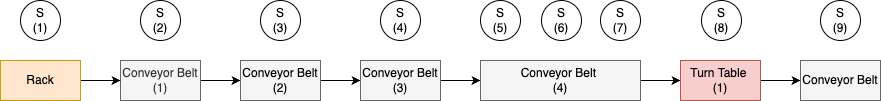
Above: jacob&loic/assets/plan.png in loiicd/interims-iot-dhbw (draw.io), before the change. Source tidied: cells renumbered, new cells last; positions are measured from the earlier drawing's top-left corner, leaving out a move shared by most shapes.
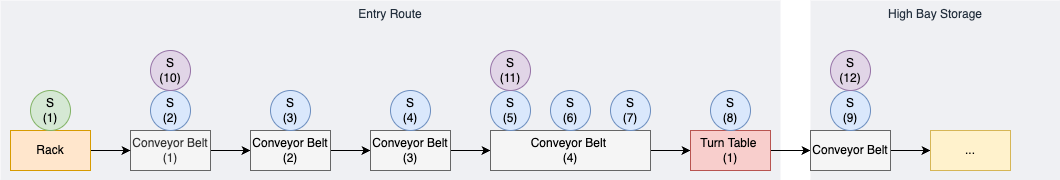
Above is the later version.

Diff of the diagram source:
```diff
@@ -1,7 +1,13 @@
-<mxGraphModel>
+<mxGraphModel background="#ffffff">
   <root>
     <mxCell id="0" />
     <mxCell id="1" parent="0" />
+    <mxCell id="24" value="High Bay Storage" style="fillColor=#EFF0F3;strokeColor=none;dashed=0;verticalAlign=top;fontStyle=0;fontColor=#232F3D;whiteSpace=wrap;html=1;" parent="1" vertex="1">
+      <mxGeometry x="800" y="-70" width="250" height="180" as="geometry" />
+    </mxCell>
+    <mxCell id="25" value="Entry Route" style="fillColor=#EFF0F3;strokeColor=none;dashed=0;verticalAlign=top;fontStyle=0;fontColor=#232F3D;whiteSpace=wrap;html=1;" parent="1" vertex="1">
+      <mxGeometry x="-10" y="-70" width="780" height="180" as="geometry" />
+    </mxCell>
     <mxCell id="2" style="edgeStyle=none;html=1;entryX=0;entryY=0.5;entryDx=0;entryDy=0;" parent="1" edge="1" source="3" target="5">
       <mxGeometry relative="1" as="geometry" />
     </mxCell>
@@ -38,35 +44,50 @@
     <mxCell id="13" value="&lt;span style=&quot;color: rgb(0, 0, 0);&quot;&gt;Turn Table&amp;nbsp;&lt;/span&gt;&lt;div&gt;&lt;span style=&quot;color: rgb(0, 0, 0);&quot;&gt;(1)&lt;/span&gt;&lt;/div&gt;" style="rounded=0;whiteSpace=wrap;html=1;fillColor=#f8cecc;strokeColor=#b85450;" parent="1" vertex="1">
       <mxGeometry x="680" y="60" width="80" height="40" as="geometry" />
     </mxCell>
+    <mxCell id="26" style="edgeStyle=none;html=1;entryX=0;entryY=0.5;entryDx=0;entryDy=0;" parent="1" edge="1" source="14" target="30">
+      <mxGeometry relative="1" as="geometry" />
+    </mxCell>
     <mxCell id="14" value="&lt;span style=&quot;color: rgb(0, 0, 0);&quot;&gt;Conveyor Belt&lt;/span&gt;" style="rounded=0;whiteSpace=wrap;html=1;fillColor=#f5f5f5;fontColor=#333333;strokeColor=#666666;" parent="1" vertex="1">
       <mxGeometry x="800" y="60" width="80" height="40" as="geometry" />
     </mxCell>
-    <mxCell id="15" value="S&lt;div&gt;(2)&lt;/div&gt;" style="ellipse;whiteSpace=wrap;html=1;" parent="1" vertex="1">
-      <mxGeometry x="140" width="40" height="40" as="geometry" />
+    <mxCell id="15" value="S&lt;div&gt;(2)&lt;/div&gt;" style="ellipse;whiteSpace=wrap;html=1;fillColor=#dae8fc;strokeColor=#6c8ebf;" parent="1" vertex="1">
+      <mxGeometry x="140" y="20" width="40" height="40" as="geometry" />
     </mxCell>
-    <mxCell id="16" value="S&lt;div&gt;(3)&lt;/div&gt;" style="ellipse;whiteSpace=wrap;html=1;" parent="1" vertex="1">
-      <mxGeometry x="260" width="40" height="40" as="geometry" />
+    <mxCell id="16" value="S&lt;div&gt;(3)&lt;/div&gt;" style="ellipse;whiteSpace=wrap;html=1;fillColor=#dae8fc;strokeColor=#6c8ebf;" parent="1" vertex="1">
+      <mxGeometry x="260" y="20" width="40" height="40" as="geometry" />
     </mxCell>
-    <mxCell id="17" value="S&lt;div&gt;(4)&lt;/div&gt;" style="ellipse;whiteSpace=wrap;html=1;" parent="1" vertex="1">
-      <mxGeometry x="380" width="40" height="40" as="geometry" />
+    <mxCell id="17" value="S&lt;div&gt;(4)&lt;/div&gt;" style="ellipse;whiteSpace=wrap;html=1;fillColor=#dae8fc;strokeColor=#6c8ebf;" parent="1" vertex="1">
+      <mxGeometry x="380" y="20" width="40" height="40" as="geometry" />
     </mxCell>
-    <mxCell id="18" value="S&lt;div&gt;(5)&lt;/div&gt;" style="ellipse;whiteSpace=wrap;html=1;" parent="1" vertex="1">
-      <mxGeometry x="480" width="40" height="40" as="geometry" />
+    <mxCell id="18" value="S&lt;div&gt;(5)&lt;/div&gt;" style="ellipse;whiteSpace=wrap;html=1;fillColor=#dae8fc;strokeColor=#6c8ebf;" parent="1" vertex="1">
+      <mxGeometry x="480" y="20" width="40" height="40" as="geometry" />
     </mxCell>
-    <mxCell id="19" value="S&lt;div&gt;(7)&lt;/div&gt;" style="ellipse;whiteSpace=wrap;html=1;" parent="1" vertex="1">
-      <mxGeometry x="600" width="40" height="40" as="geometry" />
+    <mxCell id="19" value="S&lt;div&gt;(7)&lt;/div&gt;" style="ellipse;whiteSpace=wrap;html=1;fillColor=#dae8fc;strokeColor=#6c8ebf;" parent="1" vertex="1">
+      <mxGeometry x="600" y="20" width="40" height="40" as="geometry" />
     </mxCell>
-    <mxCell id="20" value="S&lt;div&gt;(6)&lt;/div&gt;" style="ellipse;whiteSpace=wrap;html=1;" parent="1" vertex="1">
-      <mxGeometry x="541" width="40" height="40" as="geometry" />
+    <mxCell id="20" value="S&lt;div&gt;(6)&lt;/div&gt;" style="ellipse;whiteSpace=wrap;html=1;fillColor=#dae8fc;strokeColor=#6c8ebf;" parent="1" vertex="1">
+      <mxGeometry x="540" y="20" width="40" height="40" as="geometry" />
     </mxCell>
-    <mxCell id="21" value="&lt;div&gt;S&lt;/div&gt;&lt;div&gt;(8)&lt;/div&gt;" style="ellipse;whiteSpace=wrap;html=1;" parent="1" vertex="1">
-      <mxGeometry x="701" width="40" height="40" as="geometry" />
+    <mxCell id="21" value="&lt;div&gt;S&lt;/div&gt;&lt;div&gt;(8)&lt;/div&gt;" style="ellipse;whiteSpace=wrap;html=1;fillColor=#dae8fc;strokeColor=#6c8ebf;" parent="1" vertex="1">
+      <mxGeometry x="700" y="20" width="40" height="40" as="geometry" />
     </mxCell>
-    <mxCell id="22" value="S&lt;div&gt;(9)&lt;/div&gt;" style="ellipse;whiteSpace=wrap;html=1;" parent="1" vertex="1">
-      <mxGeometry x="820" width="40" height="40" as="geometry" />
+    <mxCell id="22" value="S&lt;div&gt;(9)&lt;/div&gt;" style="ellipse;whiteSpace=wrap;html=1;fillColor=#dae8fc;strokeColor=#6c8ebf;" parent="1" vertex="1">
+      <mxGeometry x="820" y="20" width="40" height="40" as="geometry" />
     </mxCell>
-    <mxCell id="23" value="S&lt;div&gt;&lt;span style=&quot;background-color: transparent;&quot;&gt;(1)&lt;/span&gt;&lt;/div&gt;" style="ellipse;whiteSpace=wrap;html=1;" parent="1" vertex="1">
-      <mxGeometry x="20" width="40" height="40" as="geometry" />
+    <mxCell id="23" value="S&lt;div&gt;&lt;span style=&quot;background-color: transparent;&quot;&gt;(1)&lt;/span&gt;&lt;/div&gt;" style="ellipse;whiteSpace=wrap;html=1;fillColor=#d5e8d4;strokeColor=#82b366;" parent="1" vertex="1">
+      <mxGeometry x="20" y="20" width="40" height="40" as="geometry" />
     </mxCell>
+    <mxCell id="27" value="S&lt;div&gt;&lt;span style=&quot;background-color: transparent;&quot;&gt;(10)&lt;/span&gt;&lt;/div&gt;" style="ellipse;whiteSpace=wrap;html=1;fillColor=#e1d5e7;strokeColor=#9673a6;" parent="1" vertex="1">
+      <mxGeometry x="140" y="-20" width="40" height="40" as="geometry" />
+    </mxCell>
+    <mxCell id="28" value="S&lt;div&gt;&lt;span style=&quot;background-color: transparent;&quot;&gt;(11)&lt;/span&gt;&lt;/div&gt;" style="ellipse;whiteSpace=wrap;html=1;fillColor=#e1d5e7;strokeColor=#9673a6;" parent="1" vertex="1">
+      <mxGeometry x="480" y="-20" width="40" height="40" as="geometry" />
+    </mxCell>
+    <mxCell id="29" value="S&lt;div&gt;&lt;span style=&quot;background-color: transparent;&quot;&gt;(12)&lt;/span&gt;&lt;/div&gt;" style="ellipse;whiteSpace=wrap;html=1;fillColor=#e1d5e7;strokeColor=#9673a6;" parent="1" vertex="1">
+      <mxGeometry x="820" y="-20" width="40" height="40" as="geometry" />
+    </mxCell>
+    <mxCell id="30" value="&lt;span style=&quot;color: rgb(0, 0, 0);&quot;&gt;...&lt;/span&gt;" style="rounded=0;whiteSpace=wrap;html=1;fillColor=#fff2cc;strokeColor=#d6b656;" parent="1" vertex="1">
+      <mxGeometry x="920" y="60" width="80" height="40" as="geometry" />
+    </mxCell>
   </root>
 </mxGraphModel>
```
